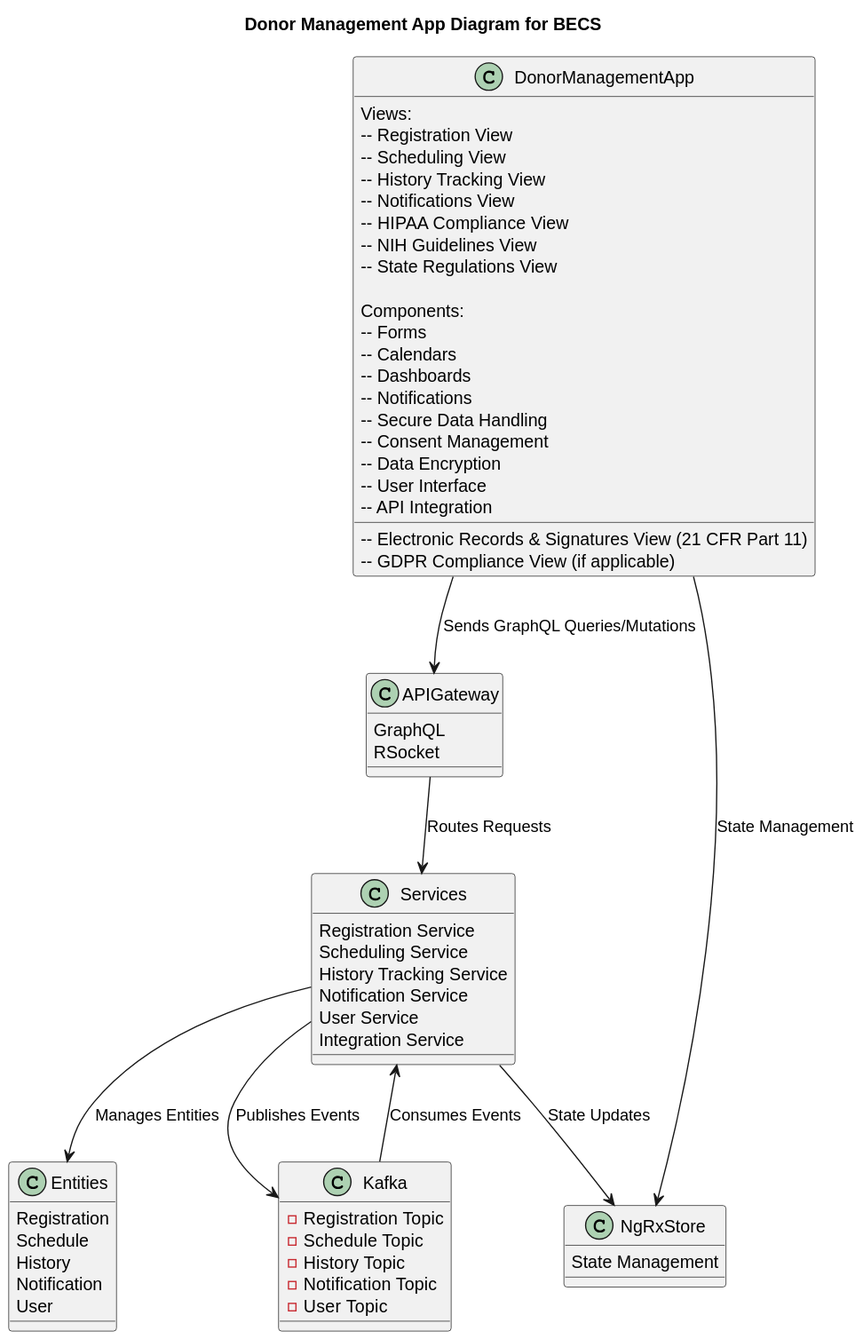
This is docs/rendered/layers/client/DONOR_MANAGEMENT.svg from tylermaginnis/BECS_SoftwareArchitecture, a PlantUML export, as it was before one commit.
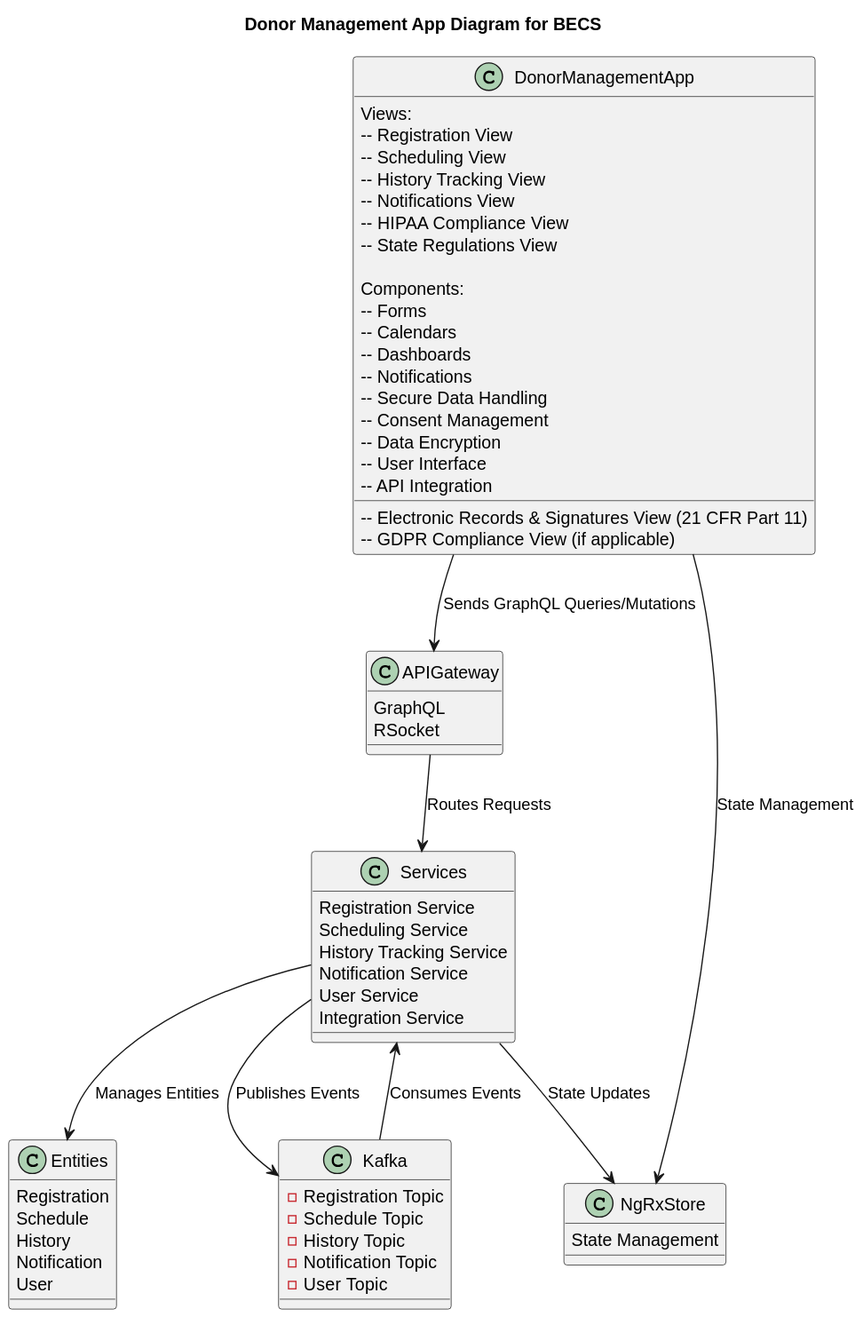
The same file after the commit.

Diff of the diagram source:
```diff
@@ -11,7 +11,6 @@
   -- Notifications View
   -- Electronic Records & Signatures View (21 CFR Part 11)
   -- HIPAA Compliance View
-  -- NIH Guidelines View
   -- GDPR Compliance View (if applicable)
   -- State Regulations View
 
```
